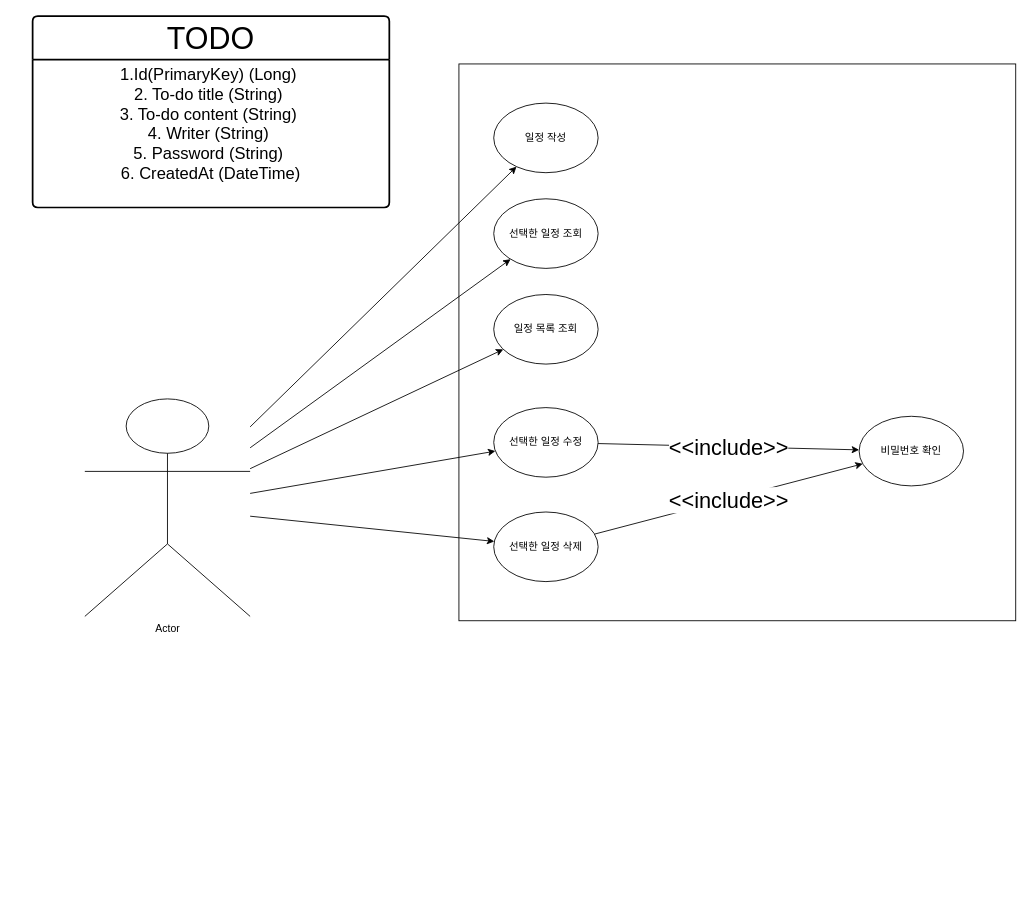
harvey11010/todo keeps this draw.io diagram as 제목 없는 다이어그램.drawio. Above is the earlier version. Source tidied: cells renumbered, new cells numbered last; positions are measured from the earlier drawing's top-left corner, leaving out a move shared by most shapes. Both pictures are drawn from the tidied source at 87%, with x=0, y=0 at pixel (32, 16).
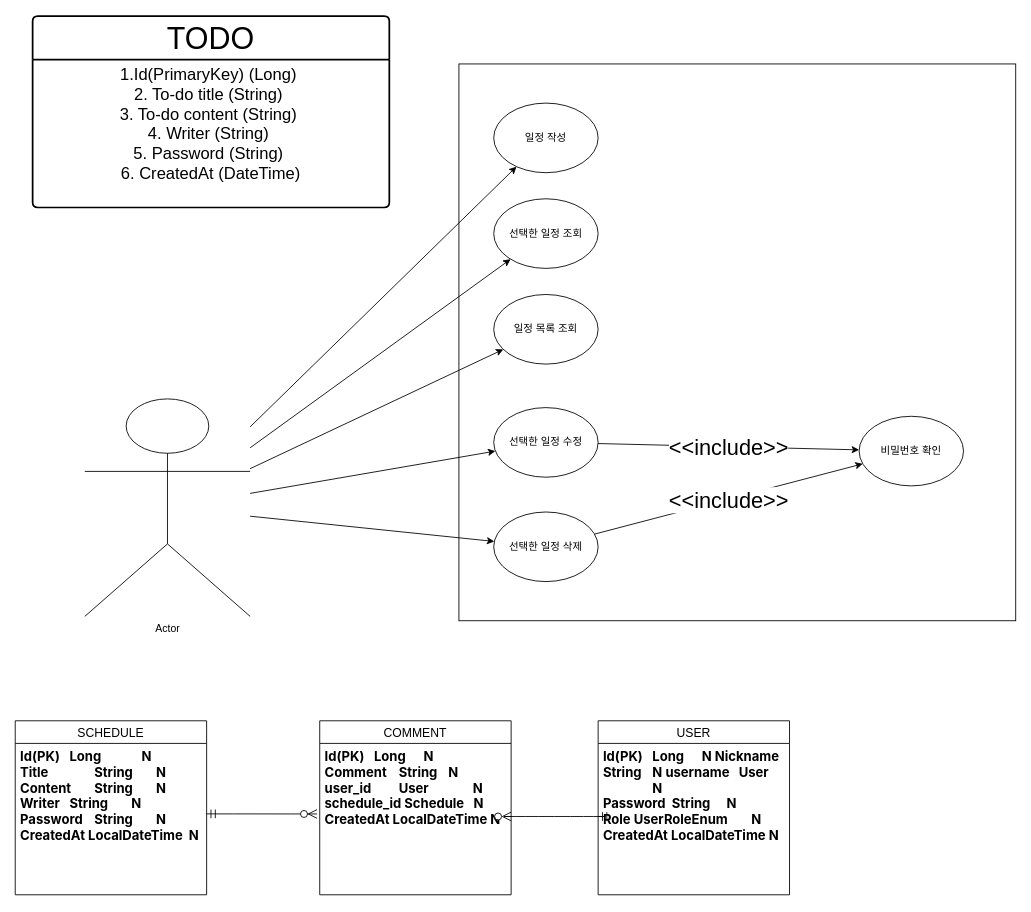
Above is the later version.

Commit message:
제목 없는 다이어그램.drawio 업데이트

Diff of the diagram source:
```diff
@@
+    <mxCell id="22" value="SCHEDULE" style="swimlane;fontStyle=0;horizontal=1;startSize=26;align=center;fontSize=14;" parent="1" vertex="1">
+      <mxGeometry x="-20" y="810" width="220" height="200" as="geometry" />
+    </mxCell>
+    <mxCell id="23" value="&lt;font style=&quot;font-size: 15px;&quot; face=&quot;Pretendard Std, Pretendard, Pretendard JP, -apple-system, blinkmacsystemfont, system-ui, roboto, Helvetica Neue, Segoe UI, Apple SD Gothic Neo, Noto Sans KR, Malgun Gothic, sans-serif&quot;&gt;&lt;b style=&quot;&quot;&gt;Id(PK) &lt;span style=&quot;white-space: pre;&quot;&gt;&#9;&lt;/span&gt;Long&amp;nbsp; &amp;nbsp; &amp;nbsp; &amp;nbsp; &amp;nbsp; &amp;nbsp; &amp;nbsp;&lt;/b&gt;&lt;/font&gt;&lt;b style=&quot;font-family: &amp;quot;Pretendard Std&amp;quot;, Pretendard, &amp;quot;Pretendard JP&amp;quot;, -apple-system, blinkmacsystemfont, system-ui, roboto, &amp;quot;Helvetica Neue&amp;quot;, &amp;quot;Segoe UI&amp;quot;, &amp;quot;Apple SD Gothic Neo&amp;quot;, &amp;quot;Noto Sans KR&amp;quot;, &amp;quot;Malgun Gothic&amp;quot;, sans-serif; font-size: 15px;&quot;&gt;N&lt;/b&gt;&lt;div&gt;&lt;b style=&quot;font-size: 15px; background-color: initial; font-family: &amp;quot;Pretendard Std&amp;quot;, Pretendard, &amp;quot;Pretendard JP&amp;quot;, -apple-system, blinkmacsystemfont, system-ui, roboto, &amp;quot;Helvetica Neue&amp;quot;, &amp;quot;Segoe UI&amp;quot;, &amp;quot;Apple SD Gothic Neo&amp;quot;, &amp;quot;Noto Sans KR&amp;quot;, &amp;quot;Malgun Gothic&amp;quot;, sans-serif;&quot;&gt;Title &lt;span style=&quot;white-space: pre;&quot;&gt;&#9;&lt;span style=&quot;white-space: pre;&quot;&gt;&#9;&lt;/span&gt;&lt;/span&gt;String &lt;span style=&quot;white-space: pre;&quot;&gt;&#9;&lt;/span&gt;&amp;nbsp; &amp;nbsp; N&amp;nbsp;&lt;/b&gt;&lt;/div&gt;&lt;div&gt;&lt;div style=&quot;font-size: 15px;&quot;&gt;&lt;b style=&quot;font-family: &amp;quot;Pretendard Std&amp;quot;, Pretendard, &amp;quot;Pretendard JP&amp;quot;, -apple-system, blinkmacsystemfont, system-ui, roboto, &amp;quot;Helvetica Neue&amp;quot;, &amp;quot;Segoe UI&amp;quot;, &amp;quot;Apple SD Gothic Neo&amp;quot;, &amp;quot;Noto Sans KR&amp;quot;, &amp;quot;Malgun Gothic&amp;quot;, sans-serif; background-color: initial;&quot;&gt;&lt;font style=&quot;font-size: 15px;&quot;&gt;Content &lt;span style=&quot;white-space: pre;&quot;&gt;&#9;&lt;/span&gt;String &lt;span style=&quot;white-space: pre;&quot;&gt;&#9;&lt;/span&gt;&amp;nbsp; &amp;nbsp; N&lt;/font&gt;&lt;/b&gt;&lt;/div&gt;&lt;div style=&quot;font-size: 15px;&quot;&gt;&lt;b style=&quot;font-family: &amp;quot;Pretendard Std&amp;quot;, Pretendard, &amp;quot;Pretendard JP&amp;quot;, -apple-system, blinkmacsystemfont, system-ui, roboto, &amp;quot;Helvetica Neue&amp;quot;, &amp;quot;Segoe UI&amp;quot;, &amp;quot;Apple SD Gothic Neo&amp;quot;, &amp;quot;Noto Sans KR&amp;quot;, &amp;quot;Malgun Gothic&amp;quot;, sans-serif; background-color: initial;&quot;&gt;&lt;font style=&quot;font-size: 15px;&quot;&gt;Writer &lt;span style=&quot;white-space: pre;&quot;&gt;&#9;&lt;/span&gt;String &lt;span style=&quot;white-space: pre;&quot;&gt;&#9;&lt;/span&gt;&amp;nbsp; &amp;nbsp; N&amp;nbsp;&lt;/font&gt;&lt;/b&gt;&lt;/div&gt;&lt;div style=&quot;font-size: 15px;&quot;&gt;&lt;b style=&quot;font-family: &amp;quot;Pretendard Std&amp;quot;, Pretendard, &amp;quot;Pretendard JP&amp;quot;, -apple-system, blinkmacsystemfont, system-ui, roboto, &amp;quot;Helvetica Neue&amp;quot;, &amp;quot;Segoe UI&amp;quot;, &amp;quot;Apple SD Gothic Neo&amp;quot;, &amp;quot;Noto Sans KR&amp;quot;, &amp;quot;Malgun Gothic&amp;quot;, sans-serif; background-color: initial;&quot;&gt;&lt;font style=&quot;font-size: 15px;&quot;&gt;Password &lt;span style=&quot;white-space: pre;&quot;&gt;&#9;&lt;/span&gt;String &lt;span style=&quot;white-space: pre;&quot;&gt;&#9;&lt;/span&gt;&amp;nbsp; &amp;nbsp; N&lt;/font&gt;&lt;/b&gt;&lt;/div&gt;&lt;div style=&quot;font-size: 15px;&quot;&gt;&lt;b style=&quot;font-family: &amp;quot;Pretendard Std&amp;quot;, Pretendard, &amp;quot;Pretendard JP&amp;quot;, -apple-system, blinkmacsystemfont, system-ui, roboto, &amp;quot;Helvetica Neue&amp;quot;, &amp;quot;Segoe UI&amp;quot;, &amp;quot;Apple SD Gothic Neo&amp;quot;, &amp;quot;Noto Sans KR&amp;quot;, &amp;quot;Malgun Gothic&amp;quot;, sans-serif; background-color: initial;&quot;&gt;&lt;font style=&quot;font-size: 15px;&quot;&gt;CreatedAt LocalDateTime&amp;nbsp; N&lt;/font&gt;&lt;/b&gt;&lt;br&gt;&lt;/div&gt;&lt;/div&gt;" style="text;strokeColor=none;fillColor=none;spacingLeft=4;spacingRight=4;overflow=hidden;fontSize=12;whiteSpace=wrap;html=1;" parent="22" vertex="1">
+      <mxGeometry y="26" width="220" height="174" as="geometry" />
+    </mxCell>
+    <mxCell id="24" value="COMMENT" style="swimlane;fontStyle=0;horizontal=1;startSize=26;align=center;fontSize=14;" parent="1" vertex="1">
+      <mxGeometry x="330" y="810" width="220" height="200" as="geometry" />
+    </mxCell>
+    <mxCell id="25" value="&lt;div&gt;&lt;div style=&quot;&quot;&gt;&lt;font face=&quot;Pretendard Std, Pretendard, Pretendard JP, -apple-system, blinkmacsystemfont, system-ui, roboto, Helvetica Neue, Segoe UI, Apple SD Gothic Neo, Noto Sans KR, Malgun Gothic, sans-serif&quot;&gt;&lt;span style=&quot;font-size: 15px;&quot;&gt;&lt;b&gt;Id(PK) &lt;span style=&quot;white-space: pre;&quot;&gt;&#9;&lt;/span&gt;Long &lt;span style=&quot;white-space: pre;&quot;&gt;&#9;&lt;/span&gt;N&amp;nbsp;&lt;/b&gt;&lt;/span&gt;&lt;/font&gt;&lt;/div&gt;&lt;div style=&quot;&quot;&gt;&lt;font face=&quot;Pretendard Std, Pretendard, Pretendard JP, -apple-system, blinkmacsystemfont, system-ui, roboto, Helvetica Neue, Segoe UI, Apple SD Gothic Neo, Noto Sans KR, Malgun Gothic, sans-serif&quot;&gt;&lt;span style=&quot;font-size: 15px;&quot;&gt;&lt;b&gt;Comment &lt;span style=&quot;white-space: pre;&quot;&gt;&#9;&lt;/span&gt;String &lt;span style=&quot;white-space: pre;&quot;&gt;&#9;&lt;/span&gt;N&amp;nbsp;&lt;/b&gt;&lt;/span&gt;&lt;/font&gt;&lt;/div&gt;&lt;div style=&quot;&quot;&gt;&lt;font face=&quot;Pretendard Std, Pretendard, Pretendard JP, -apple-system, blinkmacsystemfont, system-ui, roboto, Helvetica Neue, Segoe UI, Apple SD Gothic Neo, Noto Sans KR, Malgun Gothic, sans-serif&quot;&gt;&lt;span style=&quot;font-size: 15px;&quot;&gt;&lt;b&gt;user_id &lt;span style=&quot;white-space: pre;&quot;&gt;&#9;&lt;/span&gt;User &lt;span style=&quot;white-space: pre;&quot;&gt;&#9;&lt;/span&gt;&lt;span style=&quot;white-space: pre;&quot;&gt;&#9;&lt;/span&gt;N&amp;nbsp;&lt;/b&gt;&lt;/span&gt;&lt;/font&gt;&lt;/div&gt;&lt;div style=&quot;&quot;&gt;&lt;font face=&quot;Pretendard Std, Pretendard, Pretendard JP, -apple-system, blinkmacsystemfont, system-ui, roboto, Helvetica Neue, Segoe UI, Apple SD Gothic Neo, Noto Sans KR, Malgun Gothic, sans-serif&quot;&gt;&lt;span style=&quot;font-size: 15px;&quot;&gt;&lt;b&gt;schedule_id Schedule&amp;nbsp; &amp;nbsp;N CreatedAt LocalDateTime N&lt;/b&gt;&lt;/span&gt;&lt;/font&gt;&lt;br&gt;&lt;/div&gt;&lt;/div&gt;" style="text;strokeColor=none;fillColor=none;spacingLeft=4;spacingRight=4;overflow=hidden;points=[[0,0.5],[1,0.5]];portConstraint=eastwest;fontSize=12;whiteSpace=wrap;html=1;" parent="24" vertex="1">
+      <mxGeometry y="26" width="220" height="174" as="geometry" />
+    </mxCell>
+    <mxCell id="26" value="USER" style="swimlane;fontStyle=0;horizontal=1;startSize=26;align=center;fontSize=14;" parent="1" vertex="1">
+      <mxGeometry x="650" y="810" width="220" height="200" as="geometry" />
+    </mxCell>
+    <mxCell id="27" value="&lt;div style=&quot;&quot;&gt;&lt;font face=&quot;Pretendard Std, Pretendard, Pretendard JP, -apple-system, blinkmacsystemfont, system-ui, roboto, Helvetica Neue, Segoe UI, Apple SD Gothic Neo, Noto Sans KR, Malgun Gothic, sans-serif&quot;&gt;&lt;span style=&quot;font-size: 15px;&quot;&gt;&lt;b&gt;Id(PK) &lt;span style=&quot;white-space: pre;&quot;&gt;&#9;&lt;/span&gt;Long &lt;span style=&quot;white-space: pre;&quot;&gt;&#9;&lt;/span&gt;N Nickname&amp;nbsp; String &lt;span style=&quot;white-space: pre;&quot;&gt;&#9;&lt;/span&gt;N username&amp;nbsp; &amp;nbsp;User &lt;span style=&quot;white-space: pre;&quot;&gt;&#9;&lt;/span&gt;&lt;span style=&quot;white-space: pre;&quot;&gt;&#9;&lt;/span&gt;N&amp;nbsp;&lt;/b&gt;&lt;/span&gt;&lt;/font&gt;&lt;/div&gt;&lt;div style=&quot;&quot;&gt;&lt;font face=&quot;Pretendard Std, Pretendard, Pretendard JP, -apple-system, blinkmacsystemfont, system-ui, roboto, Helvetica Neue, Segoe UI, Apple SD Gothic Neo, Noto Sans KR, Malgun Gothic, sans-serif&quot;&gt;&lt;span style=&quot;font-size: 15px;&quot;&gt;&lt;b&gt;Password&amp;nbsp; String &lt;span style=&quot;white-space: pre;&quot;&gt;&#9;&lt;/span&gt;N&lt;/b&gt;&lt;/span&gt;&lt;/font&gt;&lt;b style=&quot;font-size: 15px; font-family: &amp;quot;Pretendard Std&amp;quot;, Pretendard, &amp;quot;Pretendard JP&amp;quot;, -apple-system, blinkmacsystemfont, system-ui, roboto, &amp;quot;Helvetica Neue&amp;quot;, &amp;quot;Segoe UI&amp;quot;, &amp;quot;Apple SD Gothic Neo&amp;quot;, &amp;quot;Noto Sans KR&amp;quot;, &amp;quot;Malgun Gothic&amp;quot;, sans-serif; background-color: initial;&quot;&gt;&amp;nbsp;&lt;/b&gt;&lt;/div&gt;&lt;div style=&quot;&quot;&gt;&lt;font face=&quot;Pretendard Std, Pretendard, Pretendard JP, -apple-system, blinkmacsystemfont, system-ui, roboto, Helvetica Neue, Segoe UI, Apple SD Gothic Neo, Noto Sans KR, Malgun Gothic, sans-serif&quot;&gt;&lt;span style=&quot;font-size: 15px;&quot;&gt;&lt;b&gt;Role UserRoleEnum&lt;span style=&quot;white-space: pre;&quot;&gt;&#9;&lt;/span&gt;N&lt;/b&gt;&lt;/span&gt;&lt;/font&gt;&lt;/div&gt;&lt;div style=&quot;&quot;&gt;&lt;font face=&quot;Pretendard Std, Pretendard, Pretendard JP, -apple-system, blinkmacsystemfont, system-ui, roboto, Helvetica Neue, Segoe UI, Apple SD Gothic Neo, Noto Sans KR, Malgun Gothic, sans-serif&quot;&gt;&lt;span style=&quot;font-size: 15px;&quot;&gt;&lt;b&gt;CreatedAt LocalDateTime N&lt;br&gt;&lt;/b&gt;&lt;/span&gt;&lt;/font&gt;&lt;br&gt;&lt;/div&gt;" style="text;strokeColor=none;fillColor=none;spacingLeft=4;spacingRight=4;overflow=hidden;fontSize=12;whiteSpace=wrap;html=1;" parent="26" vertex="1">
+      <mxGeometry y="26" width="220" height="174" as="geometry" />
+    </mxCell>
+    <mxCell id="28" style="edgeStyle=entityRelationEdgeStyle;fontSize=12;html=1;endArrow=ERzeroToMany;startArrow=ERmandOne;rounded=0;startSize=8;endSize=8;curved=1;" parent="1" edge="1">
+      <mxGeometry relative="1" as="geometry">
+        <mxPoint x="650" y="920" as="sourcePoint" />
+        <mxPoint x="550" y="920" as="targetPoint" />
+        <Array as="points">
+          <mxPoint x="944" y="893" />
+        </Array>
+      </mxGeometry>
+    </mxCell>
+    <mxCell id="29" style="edgeStyle=entityRelationEdgeStyle;fontSize=12;html=1;endArrow=ERzeroToMany;startArrow=ERmandOne;rounded=0;startSize=8;endSize=8;curved=1;entryX=-0.014;entryY=0.466;entryDx=0;entryDy=0;entryPerimeter=0;" parent="1" edge="1" target="25">
+      <mxGeometry relative="1" as="geometry">
+        <mxPoint x="200" y="917" as="sourcePoint" />
+      </mxGeometry>
+    </mxCell>
```
